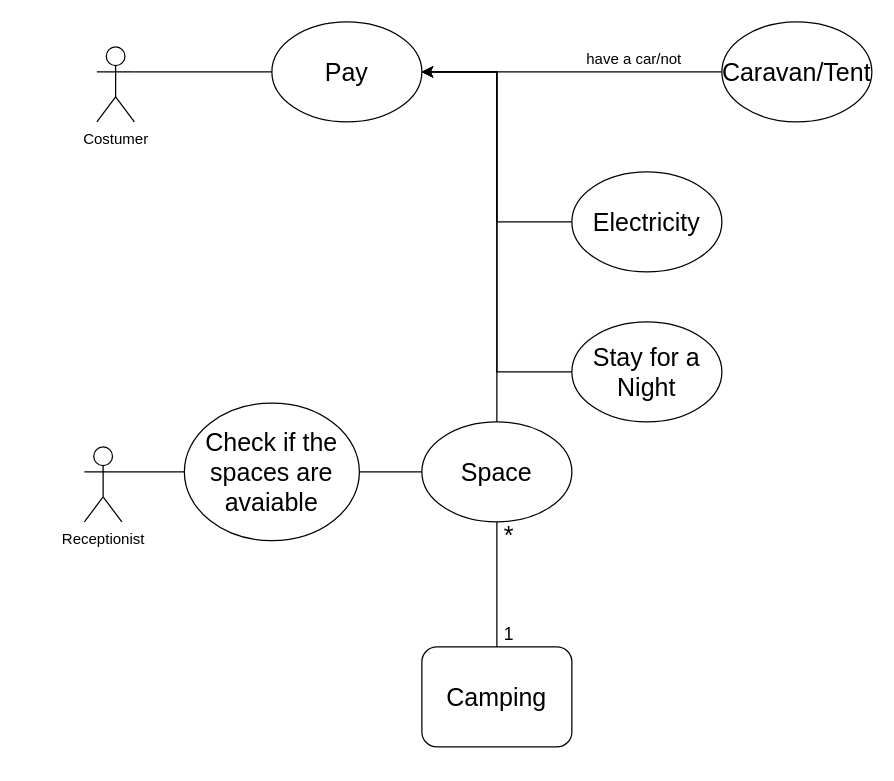
The draw.io diagram Docs/Use case diagram.drawio in ZsoltToth/project-templates-spring-react, before the edit. Source tidied: cells renumbered, new cells numbered last; positions are measured from the earlier drawing's top-left corner, leaving out a move shared by most shapes. Both pictures are drawn from the tidied source at 125%, with x=0, y=0 at pixel (84, 21).
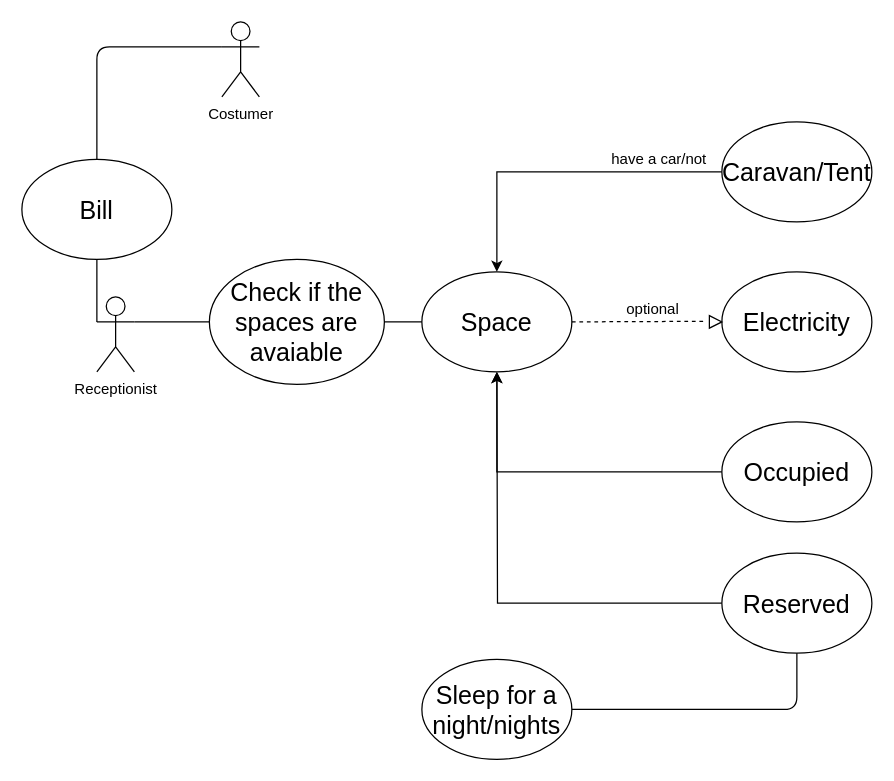
The same page after the edit.

Diff of the diagram source:
```diff
@@
     <mxCell id="2" value="Receptionist" style="shape=umlActor;verticalLabelPosition=bottom;verticalAlign=top;html=1;outlineConnect=0;" parent="1" vertex="1">
-      <mxGeometry y="340" width="30" height="60" as="geometry" />
+      <mxGeometry x="10" y="220" width="30" height="60" as="geometry" />
     </mxCell>
     <mxCell id="3" value="Costumer" style="shape=umlActor;verticalLabelPosition=bottom;verticalAlign=top;html=1;outlineConnect=0;" parent="1" vertex="1">
-      <mxGeometry x="10" y="20" width="30" height="60" as="geometry" />
+      <mxGeometry x="110" width="30" height="60" as="geometry" />
     </mxCell>
-    <mxCell id="4" value="&lt;font style=&quot;font-size: 20px&quot;&gt;Pay&lt;/font&gt;" style="ellipse;whiteSpace=wrap;html=1;" parent="1" vertex="1">
-      <mxGeometry x="150" width="120" height="80" as="geometry" />
-    </mxCell>
-    <mxCell id="5" style="edgeStyle=orthogonalEdgeStyle;rounded=0;jettySize=auto;html=1;entryX=1;entryY=0.5;entryDx=0;entryDy=0;fontSize=12;" parent="1" edge="1" source="6" target="4">
-      <mxGeometry relative="1" as="geometry" />
-    </mxCell>
-    <mxCell id="6" value="&lt;font style=&quot;font-size: 20px&quot;&gt;Caravan/Tent&lt;/font&gt;" style="ellipse;whiteSpace=wrap;html=1;" parent="1" vertex="1">
-      <mxGeometry x="510" width="120" height="80" as="geometry" />
-    </mxCell>
-    <mxCell id="7" style="edgeStyle=orthogonalEdgeStyle;rounded=0;jettySize=auto;html=1;entryX=1;entryY=0.5;entryDx=0;entryDy=0;fontSize=12;" parent="1" edge="1" source="8" target="4">
-      <mxGeometry relative="1" as="geometry" />
-    </mxCell>
     <mxCell id="8" value="&lt;font style=&quot;font-size: 20px&quot;&gt;Electricity&lt;/font&gt;" style="ellipse;whiteSpace=wrap;html=1;" parent="1" vertex="1">
-      <mxGeometry x="390" y="120" width="120" height="80" as="geometry" />
+      <mxGeometry x="510" y="200" width="120" height="80" as="geometry" />
     </mxCell>
-    <mxCell id="9" style="edgeStyle=orthogonalEdgeStyle;rounded=0;jettySize=auto;html=1;entryX=1;entryY=0.5;entryDx=0;entryDy=0;fontSize=12;" parent="1" edge="1" source="10" target="4">
-      <mxGeometry relative="1" as="geometry" />
-    </mxCell>
-    <mxCell id="10" value="&lt;font style=&quot;font-size: 20px&quot;&gt;Stay for a Night&lt;/font&gt;" style="ellipse;whiteSpace=wrap;html=1;" parent="1" vertex="1">
-      <mxGeometry x="390" y="240" width="120" height="80" as="geometry" />
-    </mxCell>
     <mxCell id="11" value="have a car/not" style="text;html=1;strokeColor=none;fillColor=none;align=center;verticalAlign=middle;whiteSpace=wrap;rounded=0;" parent="1" vertex="1">
-      <mxGeometry x="390" y="20" width="100" height="20" as="geometry" />
+      <mxGeometry x="410" y="100" width="100" height="20" as="geometry" />
     </mxCell>
-    <mxCell id="12" style="edgeStyle=orthogonalEdgeStyle;rounded=0;jettySize=auto;html=1;entryX=1;entryY=0.5;entryDx=0;entryDy=0;fontSize=12;" parent="1" edge="1" source="13" target="4">
-      <mxGeometry relative="1" as="geometry" />
-    </mxCell>
     <mxCell id="13" value="Space" style="ellipse;whiteSpace=wrap;html=1;fontSize=20;" parent="1" vertex="1">
-      <mxGeometry x="270" y="320" width="120" height="80" as="geometry" />
+      <mxGeometry x="270" y="200" width="120" height="80" as="geometry" />
     </mxCell>
-    <mxCell id="14" value="&lt;font style=&quot;font-size: 20px&quot;&gt;Camping&lt;/font&gt;" style="rounded=1;whiteSpace=wrap;html=1;fontSize=12;" parent="1" vertex="1">
-      <mxGeometry x="270" y="500" width="120" height="80" as="geometry" />
-    </mxCell>
-    <mxCell id="15" style="endArrow=none;html=1;fontSize=12;exitX=1;exitY=0.3333333333333333;exitDx=0;exitDy=0;exitPerimeter=0;entryX=0;entryY=0.5;entryDx=0;entryDy=0;" parent="1" edge="1" source="3" target="4">
-      <mxGeometry relative="1" as="geometry" />
-    </mxCell>
-    <mxCell id="16" style="endArrow=none;html=1;fontSize=12;exitX=0.5;exitY=1;exitDx=0;exitDy=0;entryX=0.5;entryY=0;entryDx=0;entryDy=0;" parent="1" edge="1" source="13" target="14">
-      <mxGeometry relative="1" as="geometry" />
-    </mxCell>
-    <mxCell id="17" value="*" style="text;html=1;strokeColor=none;fillColor=none;align=center;verticalAlign=middle;whiteSpace=wrap;rounded=0;fontSize=20;" parent="1" vertex="1">
-      <mxGeometry x="320" y="400" width="40" height="20" as="geometry" />
-    </mxCell>
-    <mxCell id="18" value="1" style="text;html=1;strokeColor=none;fillColor=none;align=center;verticalAlign=middle;whiteSpace=wrap;rounded=0;fontSize=14;" parent="1" vertex="1">
-      <mxGeometry x="320" y="480" width="40" height="20" as="geometry" />
-    </mxCell>
     <mxCell id="19" value="Check if the spaces are avaiable" style="ellipse;whiteSpace=wrap;html=1;fontSize=20;" parent="1" vertex="1">
-      <mxGeometry x="80" y="305" width="140" height="110" as="geometry" />
+      <mxGeometry x="100" y="190" width="140" height="100" as="geometry" />
     </mxCell>
@@
+    <mxCell id="22" style="edgeStyle=orthogonalEdgeStyle;rounded=0;jettySize=auto;html=1;entryX=0.5;entryY=1;entryDx=0;entryDy=0;" parent="1" edge="1" source="23" target="13">
+      <mxGeometry relative="1" as="geometry">
+        <Array as="points">
+          <mxPoint x="330" y="360" />
+        </Array>
+      </mxGeometry>
+    </mxCell>
+    <mxCell id="23" value="&lt;font style=&quot;font-size: 20px&quot;&gt;Occupied&lt;/font&gt;" style="ellipse;whiteSpace=wrap;html=1;" parent="1" vertex="1">
+      <mxGeometry x="510" y="320" width="120" height="80" as="geometry" />
+    </mxCell>
+    <mxCell id="24" style="edgeStyle=orthogonalEdgeStyle;rounded=0;jettySize=auto;html=1;" parent="1" edge="1" source="25">
+      <mxGeometry relative="1" as="geometry">
+        <mxPoint x="330" y="280" as="targetPoint" />
+      </mxGeometry>
+    </mxCell>
+    <mxCell id="25" value="&lt;font style=&quot;font-size: 20px&quot;&gt;Reserved&lt;/font&gt;" style="ellipse;whiteSpace=wrap;html=1;" parent="1" vertex="1">
+      <mxGeometry x="510" y="425" width="120" height="80" as="geometry" />
+    </mxCell>
+    <mxCell id="26" value="optional" style="text;html=1;strokeColor=none;fillColor=none;align=center;verticalAlign=middle;whiteSpace=wrap;rounded=0;" parent="1" vertex="1">
+      <mxGeometry x="410" y="220" width="90" height="20" as="geometry" />
+    </mxCell>
+    <mxCell id="27" value="&lt;font style=&quot;font-size: 20px&quot;&gt;Sleep for a night/nights&lt;/font&gt;" style="ellipse;whiteSpace=wrap;html=1;" parent="1" vertex="1">
+      <mxGeometry x="270" y="510" width="120" height="80" as="geometry" />
+    </mxCell>
+    <mxCell id="28" style="endArrow=none;html=1;exitX=1;exitY=0.5;exitDx=0;exitDy=0;entryX=0.5;entryY=1;entryDx=0;entryDy=0;" parent="1" edge="1" source="27" target="25">
+      <mxGeometry relative="1" as="geometry">
+        <Array as="points">
+          <mxPoint x="570" y="550" />
+        </Array>
+      </mxGeometry>
+    </mxCell>
+    <mxCell id="29" style="edgeStyle=orthogonalEdgeStyle;rounded=0;jettySize=auto;html=1;entryX=0.5;entryY=0;entryDx=0;entryDy=0;" parent="1" edge="1" source="6" target="13">
+      <mxGeometry relative="1" as="geometry">
+        <Array as="points">
+          <mxPoint x="330" y="120" />
+        </Array>
+      </mxGeometry>
+    </mxCell>
+    <mxCell id="6" value="&lt;font style=&quot;font-size: 20px&quot;&gt;Caravan/Tent&lt;/font&gt;" style="ellipse;whiteSpace=wrap;html=1;" parent="1" vertex="1">
+      <mxGeometry x="510" y="80" width="120" height="80" as="geometry" />
+    </mxCell>
+    <mxCell id="30" style="endArrow=none;dashed=1;html=1;exitX=1;exitY=0.5;exitDx=0;exitDy=0;entryX=-0.2;entryY=0.456;entryDx=0;entryDy=0;entryPerimeter=0;" parent="1" edge="1" source="13" target="31">
+      <mxGeometry relative="1" as="geometry" />
+    </mxCell>
+    <mxCell id="31" style="triangle;whiteSpace=wrap;html=1;" parent="1" vertex="1">
+      <mxGeometry x="500" y="235" width="10" height="10" as="geometry" />
+    </mxCell>
+    <mxCell id="32" value="&lt;font style=&quot;font-size: 20px&quot;&gt;Bill&lt;/font&gt;" style="ellipse;whiteSpace=wrap;html=1;" parent="1" vertex="1">
+      <mxGeometry x="-50" y="110" width="120" height="80" as="geometry" />
+    </mxCell>
+    <mxCell id="33" style="endArrow=none;html=1;exitX=0.5;exitY=1;exitDx=0;exitDy=0;" parent="1" edge="1" source="32">
+      <mxGeometry relative="1" as="geometry">
+        <mxPoint x="10" y="240" as="targetPoint" />
+      </mxGeometry>
+    </mxCell>
+    <mxCell id="34" style="endArrow=none;html=1;exitX=0.5;exitY=0;exitDx=0;exitDy=0;entryX=0;entryY=0.3333333333333333;entryDx=0;entryDy=0;entryPerimeter=0;" parent="1" edge="1" source="32" target="3">
+      <mxGeometry relative="1" as="geometry">
+        <Array as="points">
+          <mxPoint x="10" y="20" />
+        </Array>
+      </mxGeometry>
+    </mxCell>
```
